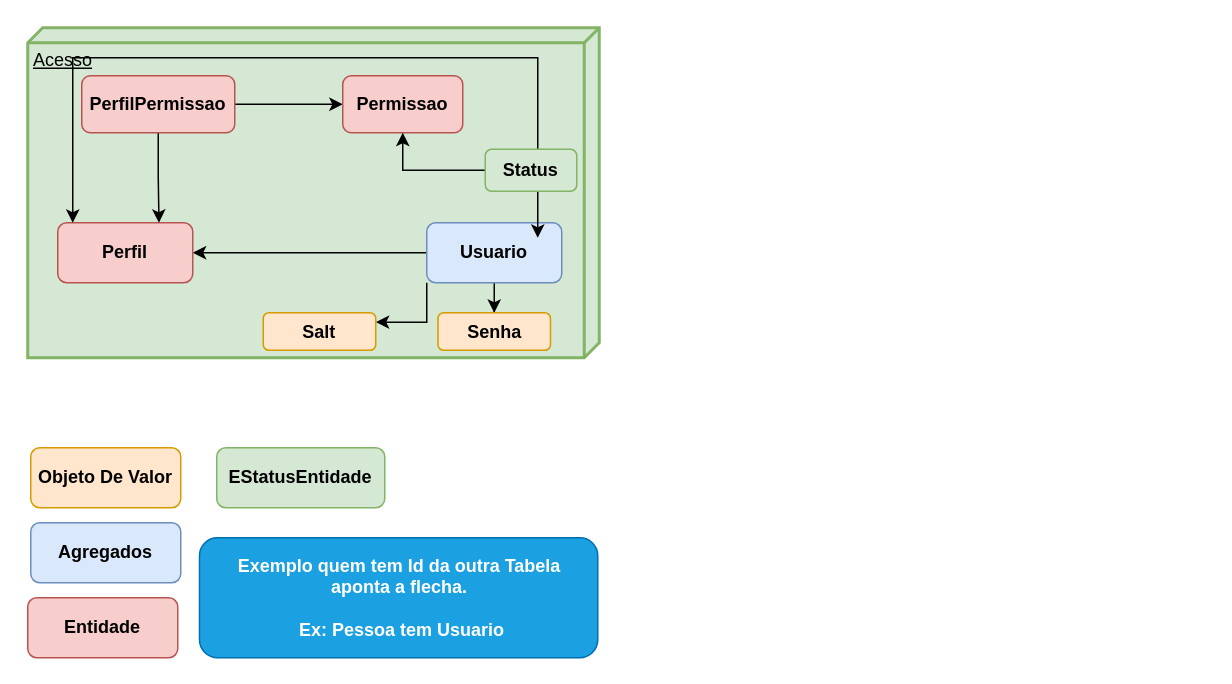
Above: files/ContextMap/Write-book DDD.drawio in marcospascoski/write-book-backend (draw.io), before the change. Source tidied: cells renumbered, new cells numbered last; positions are measured from the earlier drawing's top-left corner, leaving out a move shared by most shapes. Both pictures are drawn from the tidied source at 150%, with x=0, y=0 at pixel (27, 27).
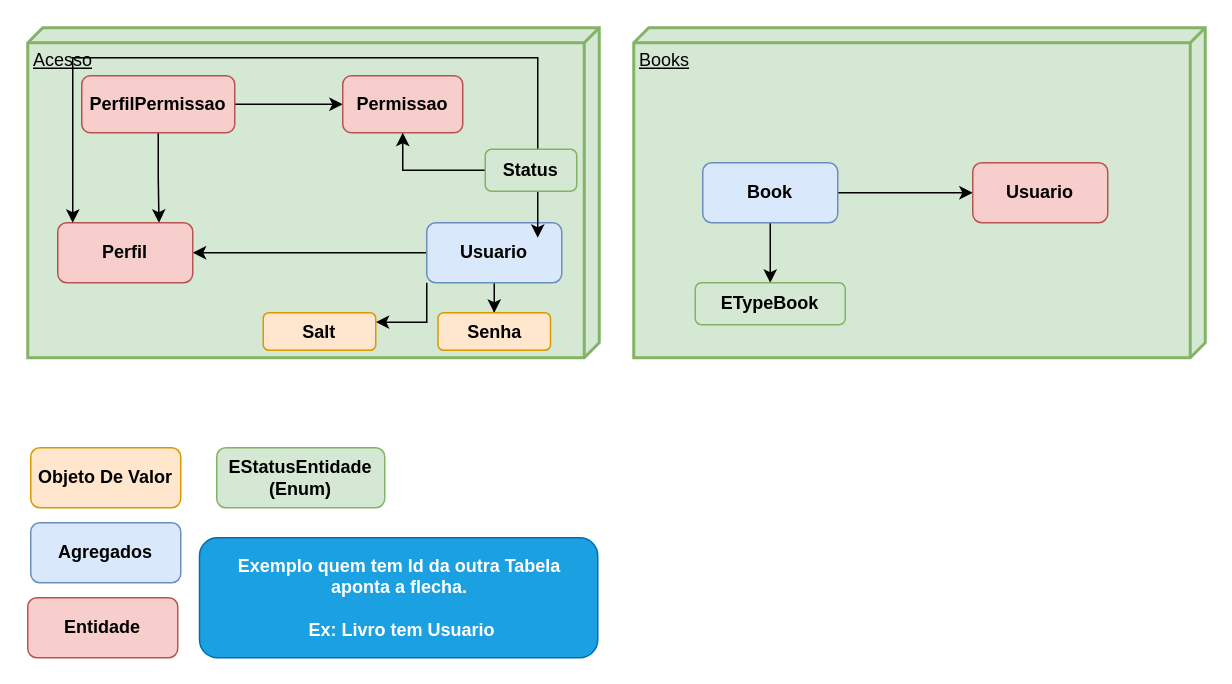
Above is the later version.

Commit message (it also covers changes not shown here):
Modificado ContextMap

Modificado ContextMap

Diff of the diagram source:
```diff
@@
-    <mxCell id="20" value="EStatusEntidade" style="rounded=1;whiteSpace=wrap;html=1;fillColor=#d5e8d4;strokeColor=#82b366;fontStyle=1;" parent="1" vertex="1">
+    <mxCell id="20" value="EStatusEntidade (Enum)" style="rounded=1;whiteSpace=wrap;html=1;fillColor=#d5e8d4;strokeColor=#82b366;fontStyle=1;" parent="1" vertex="1">
       <mxGeometry x="126" y="280" width="112" height="40" as="geometry" />
     </mxCell>
-    <mxCell id="21" value="Exemplo quem tem Id da outra Tabela&lt;br&gt;aponta a flecha.&lt;br&gt;&lt;br&gt;&amp;nbsp;Ex: Pessoa tem Usuario" style="rounded=1;whiteSpace=wrap;html=1;fontStyle=1;fillColor=#1ba1e2;strokeColor=#006EAF;fontColor=#ffffff;" parent="1" vertex="1">
+    <mxCell id="21" value="Exemplo quem tem Id da outra Tabela&lt;br&gt;aponta a flecha.&lt;br&gt;&lt;br&gt;&amp;nbsp;Ex: Livro tem Usuario" style="rounded=1;whiteSpace=wrap;html=1;fontStyle=1;fillColor=#1ba1e2;strokeColor=#006EAF;fontColor=#ffffff;" parent="1" vertex="1">
       <mxGeometry x="114.5" y="340" width="265.5" height="80" as="geometry" />
     </mxCell>
@@
+    <mxCell id="23" value="Books" style="verticalAlign=top;align=left;spacingTop=8;spacingLeft=2;spacingRight=12;shape=cube;size=10;direction=south;fontStyle=4;html=1;fillColor=#d5e8d4;strokeColor=#82b366;strokeWidth=2;" parent="1" vertex="1">
+      <mxGeometry x="404" width="381" height="220" as="geometry" />
+    </mxCell>
+    <mxCell id="24" style="edgeStyle=orthogonalEdgeStyle;rounded=0;jettySize=auto;html=1;" parent="1" edge="1" source="26" target="27">
+      <mxGeometry relative="1" as="geometry" />
+    </mxCell>
+    <mxCell id="25" style="edgeStyle=orthogonalEdgeStyle;rounded=0;jettySize=auto;html=1;entryX=0.5;entryY=0;entryDx=0;entryDy=0;" parent="1" edge="1" source="26" target="28">
+      <mxGeometry relative="1" as="geometry" />
+    </mxCell>
+    <mxCell id="26" value="&lt;span style=&quot;text-wrap: nowrap;&quot;&gt;&lt;b&gt;Book&lt;/b&gt;&lt;/span&gt;" style="rounded=1;whiteSpace=wrap;html=1;fillColor=#dae8fc;strokeColor=#6c8ebf;" parent="1" vertex="1">
+      <mxGeometry x="450" y="90" width="90" height="40" as="geometry" />
+    </mxCell>
+    <mxCell id="27" value="&lt;span style=&quot;text-wrap: nowrap;&quot;&gt;&lt;b&gt;Usuario&lt;/b&gt;&lt;/span&gt;" style="rounded=1;whiteSpace=wrap;html=1;fillColor=#f8cecc;strokeColor=#b85450;" parent="1" vertex="1">
+      <mxGeometry x="630" y="90" width="90" height="40" as="geometry" />
+    </mxCell>
+    <mxCell id="28" value="&lt;span style=&quot;text-wrap: nowrap;&quot;&gt;&lt;b&gt;ETypeBook&lt;/b&gt;&lt;/span&gt;" style="rounded=1;whiteSpace=wrap;html=1;fillColor=#d5e8d4;strokeColor=#82b366;" parent="1" vertex="1">
+      <mxGeometry x="445" y="170" width="100" height="28" as="geometry" />
+    </mxCell>
```
